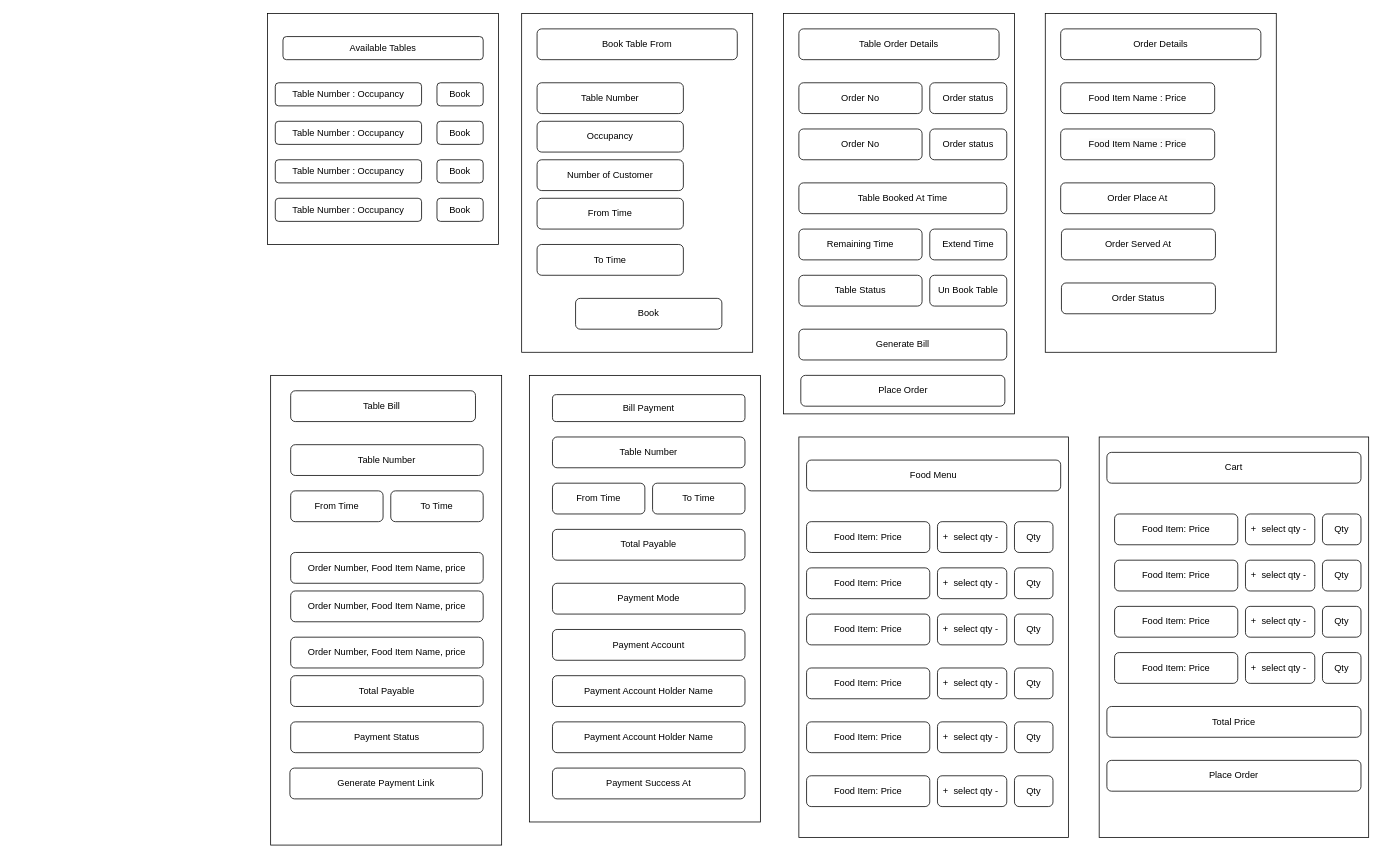
The draw.io diagram rmp_front_end_screens.drawio in Atypical3991/draw.io, before the edit. Source tidied: cells renumbered, new cells numbered last; positions are measured from the earlier drawing's top-left corner, leaving out a move shared by most shapes. Both pictures are drawn from the tidied source at 77%, with x=0, y=0 at pixel (267, 13).
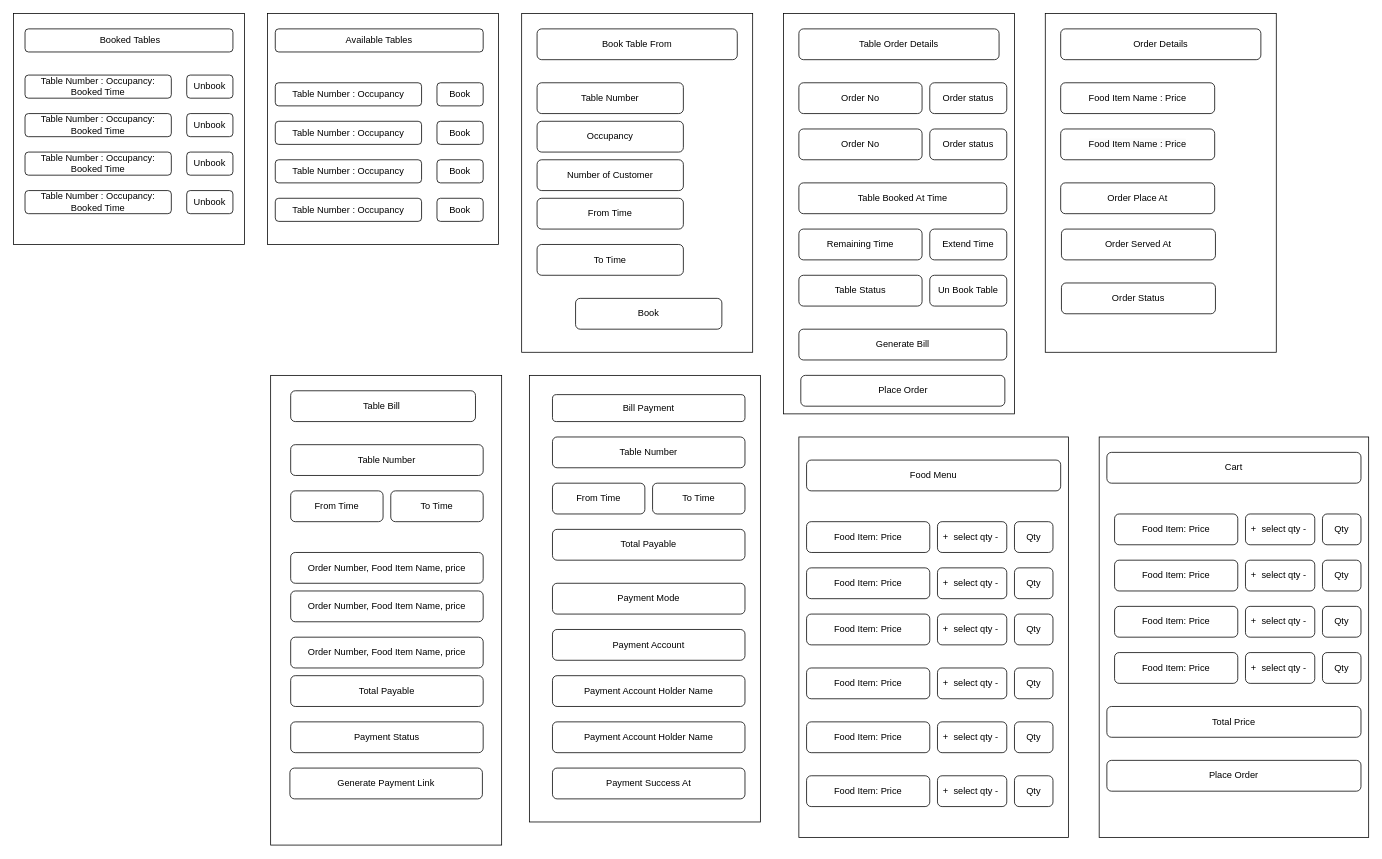
The same diagram, later.

Diff of the diagram source:
```diff
@@
     <mxCell id="3" value="Available Tables" style="rounded=1;whiteSpace=wrap;html=1;" parent="1" vertex="1">
-      <mxGeometry x="20" y="30" width="260" height="30" as="geometry" />
+      <mxGeometry x="10" y="20" width="270" height="30" as="geometry" />
     </mxCell>
@@
+    <mxCell id="98" style="rounded=0;whiteSpace=wrap;html=1;direction=south;" parent="1" vertex="1">
+      <mxGeometry x="-330" width="300" height="300" as="geometry" />
+    </mxCell>
+    <mxCell id="99" value="&amp;nbsp;Booked Tables" style="rounded=1;whiteSpace=wrap;html=1;" parent="1" vertex="1">
+      <mxGeometry x="-315" y="20" width="270" height="30" as="geometry" />
+    </mxCell>
+    <mxCell id="100" value="Table Number : Occupancy: Booked Time" style="rounded=1;whiteSpace=wrap;html=1;" parent="1" vertex="1">
+      <mxGeometry x="-315" y="80" width="190" height="30" as="geometry" />
+    </mxCell>
+    <mxCell id="101" value="Unbook" style="rounded=1;whiteSpace=wrap;html=1;" parent="1" vertex="1">
+      <mxGeometry x="-105" y="80" width="60" height="30" as="geometry" />
+    </mxCell>
+    <mxCell id="102" value="Table Number : Occupancy: Booked Time" style="rounded=1;whiteSpace=wrap;html=1;" parent="1" vertex="1">
+      <mxGeometry x="-315" y="130" width="190" height="30" as="geometry" />
+    </mxCell>
+    <mxCell id="103" value="Table Number : Occupancy: Booked Time" style="rounded=1;whiteSpace=wrap;html=1;" parent="1" vertex="1">
+      <mxGeometry x="-315" y="180" width="190" height="30" as="geometry" />
+    </mxCell>
+    <mxCell id="104" value="Table Number : Occupancy: Booked Time" style="rounded=1;whiteSpace=wrap;html=1;" parent="1" vertex="1">
+      <mxGeometry x="-315" y="230" width="190" height="30" as="geometry" />
+    </mxCell>
+    <mxCell id="105" value="Unbook" style="rounded=1;whiteSpace=wrap;html=1;" parent="1" vertex="1">
+      <mxGeometry x="-105" y="130" width="60" height="30" as="geometry" />
+    </mxCell>
+    <mxCell id="106" value="Unbook" style="rounded=1;whiteSpace=wrap;html=1;" parent="1" vertex="1">
+      <mxGeometry x="-105" y="180" width="60" height="30" as="geometry" />
+    </mxCell>
+    <mxCell id="107" value="Unbook" style="rounded=1;whiteSpace=wrap;html=1;" parent="1" vertex="1">
+      <mxGeometry x="-105" y="230" width="60" height="30" as="geometry" />
+    </mxCell>
```
